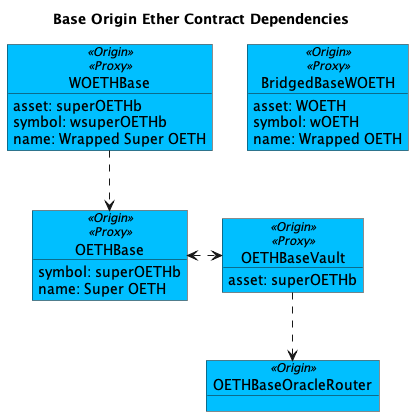
Above: contracts/docs/plantuml/baseContracts.png in OriginProtocol/origin-dollar (PlantUML), before the change. Its diagram source:
```plantuml
@startuml

!$originColor = DeepSkyBlue
!$newColor = LightGreen
!$changedColor = Orange
!$thirdPartyColor = WhiteSmoke


title "Base Origin Ether Contract Dependencies"


object "BridgedBaseWOETH" as bridged <<Origin>><<Proxy>> #$originColor {
    asset: WOETH
    symbol: wOETH
    name: Wrapped OETH
}

object "WOETHBase" as woeth <<Origin>><<Proxy>> #$originColor {
    asset: superOETHb
    symbol: wsuperOETHb
    name: Wrapped Super OETH
}

object "OETHBase" as oeth <<Origin>><<Proxy>> #$originColor {
    symbol: superOETHb
    name: Super OETH
}

object "OETHBaseVault" as oethv <<Origin>><<Proxy>> #$originColor {
asset: superOETHb
}

object "OETHBaseOracleRouter" as oracle <<Origin>> #$originColor {
}

woeth ..> oeth
oeth <.> oethv
oethv ..> oracle


@enduml
```
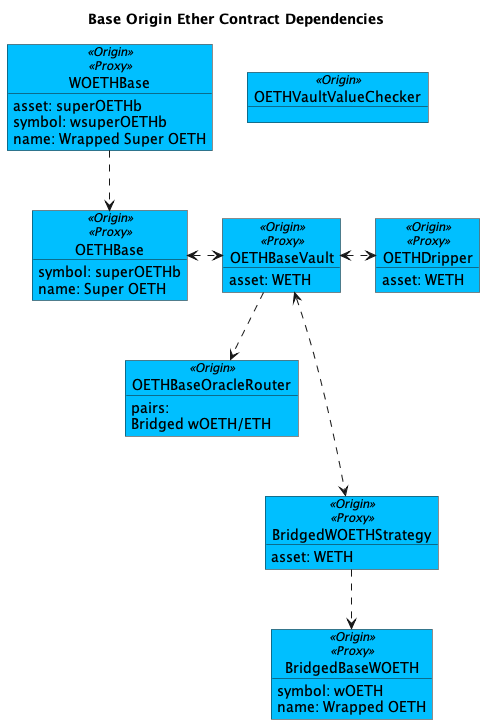
After the commit.

Commit message:
Updated Base contracts

Diff of the diagram source:
```diff
@@ -10,7 +10,6 @@
 
 
 object "BridgedBaseWOETH" as bridged <<Origin>><<Proxy>> #$originColor {
-    asset: WOETH
     symbol: wOETH
     name: Wrapped OETH
 }
@@ -21,21 +20,37 @@
     name: Wrapped Super OETH
 }
 
+object "OETHDripper" as drip <<Origin>><<Proxy>> #$originColor {
+    asset: WETH
+}
+
+object "OETHVaultValueChecker" as checker <<Origin>> #$originColor {
+}
+
 object "OETHBase" as oeth <<Origin>><<Proxy>> #$originColor {
     symbol: superOETHb
     name: Super OETH
 }
 
 object "OETHBaseVault" as oethv <<Origin>><<Proxy>> #$originColor {
-asset: superOETHb
+    asset: WETH
 }
 
 object "OETHBaseOracleRouter" as oracle <<Origin>> #$originColor {
+pairs:
+    Bridged wOETH/ETH
+}
+
+object "BridgedWOETHStrategy" as strat <<Origin>><<Proxy>> #$originColor {
+    asset: WETH
 }
 
 woeth ..> oeth
 oeth <.> oethv
+oethv <.> drip
 oethv ..> oracle
+oethv <...> strat
+strat ..> bridged
 
 
 @enduml
```
